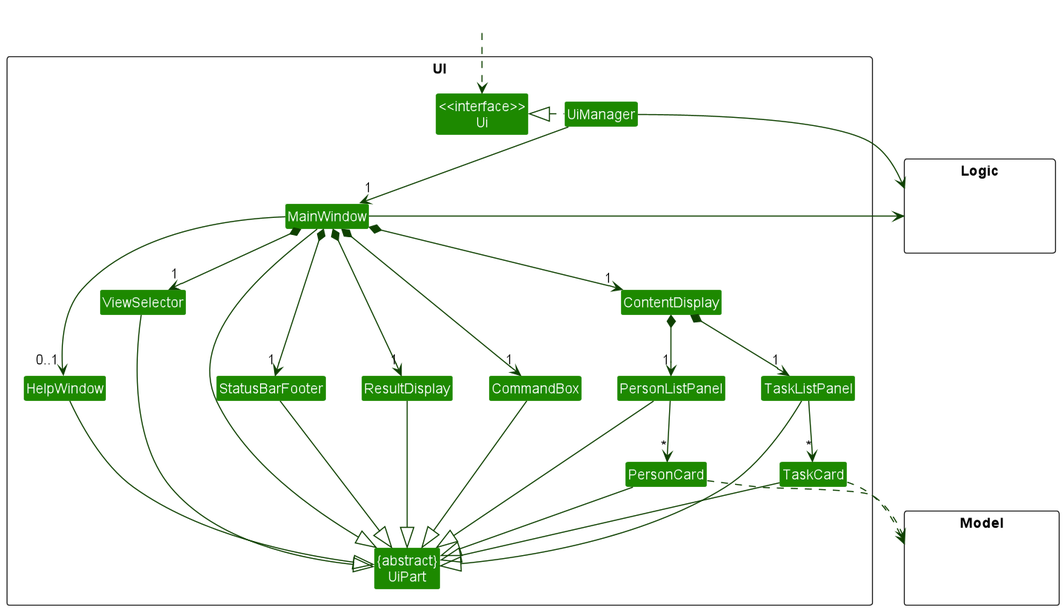
yeojunjie/tp keeps this PlantUML diagram as docs/images/UiClassDiagram.png. Above is the earlier version. Source of this version:
```plantuml
@startuml
scale 1.35
!include style.puml
skinparam arrowThickness 1.1
skinparam arrowColor UI_COLOR_T4
skinparam classBackgroundColor UI_COLOR

package UI <<Rectangle>>{
Class "<<interface>>\nUi" as Ui
Class "{abstract}\nUiPart" as UiPart
Class UiManager
Class MainWindow
Class HelpWindow
Class ResultDisplay
Class PersonListPanel
Class ContentDisplay
Class TaskListPanel
Class PersonCard
Class ViewSelector
Class TaskCard
Class StatusBarFooter
Class CommandBox
}

package Model <<Rectangle>> {
Class HiddenModel #FFFFFF
}

package Logic <<Rectangle>> {
Class HiddenLogic #FFFFFF
}

Class HiddenOutside #FFFFFF
HiddenOutside ..> Ui

UiManager .left.|> Ui
UiManager -down-> "1" MainWindow
MainWindow *-down->  "1" CommandBox
MainWindow *-down-> "1" ResultDisplay
MainWindow *-down-> "1" ViewSelector
MainWindow *-down-> "1" ContentDisplay
ContentDisplay *-down-> "1" PersonListPanel
ContentDisplay *-down-> "1" TaskListPanel
MainWindow *-down-> "1" StatusBarFooter
MainWindow --> "0..1" HelpWindow

PersonListPanel -down-> "*" PersonCard

TaskListPanel -down-> "*" TaskCard

MainWindow -left-|> UiPart

ResultDisplay --|> UiPart
CommandBox --|> UiPart
PersonListPanel --|> UiPart
TaskListPanel --|> UiPart
PersonCard --|> UiPart
TaskCard --|> UiPart
ViewSelector --|> UiPart
StatusBarFooter --|> UiPart
HelpWindow --|> UiPart

PersonCard ..> Model
TaskCard ..> Model
UiManager -right-> Logic
MainWindow -left-> Logic

PersonListPanel -[hidden]left- HelpWindow
HelpWindow -[hidden]left- CommandBox
CommandBox -[hidden]left- ResultDisplay
ResultDisplay -[hidden]left- StatusBarFooter

MainWindow -[hidden]-|> UiPart
@enduml
```
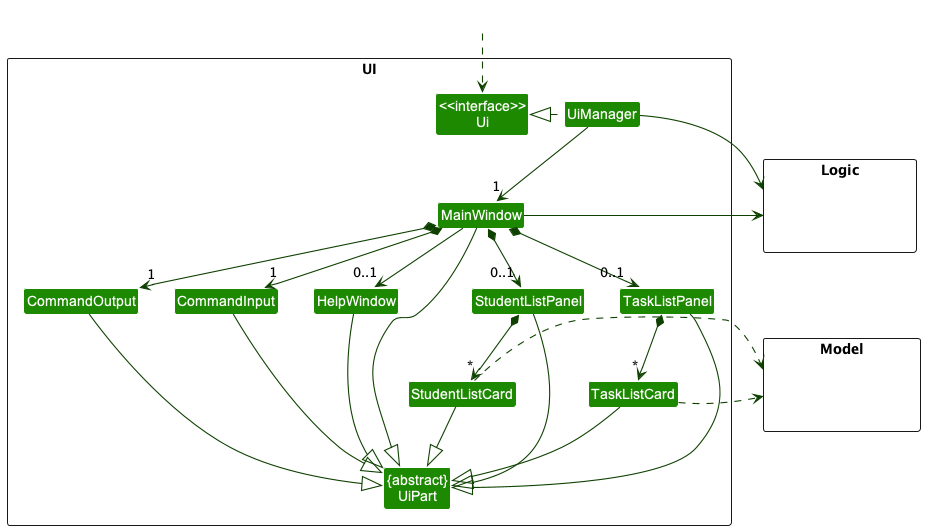
The same diagram one commit later.

What changed in the source:
```diff
@@ -1,5 +1,4 @@
 @startuml
-scale 1.35
 !include style.puml
 skinparam arrowThickness 1.1
 skinparam arrowColor UI_COLOR_T4
@@ -11,15 +10,12 @@
 Class UiManager
 Class MainWindow
 Class HelpWindow
-Class ResultDisplay
-Class PersonListPanel
-Class ContentDisplay
+Class CommandOutput
+Class CommandInput
+Class StudentListPanel
+Class StudentListCard
 Class TaskListPanel
-Class PersonCard
-Class ViewSelector
-Class TaskCard
-Class StatusBarFooter
-Class CommandBox
+Class TaskListCard
 }
 
 package Model <<Rectangle>> {
@@ -35,40 +31,29 @@
 
 UiManager .left.|> Ui
 UiManager -down-> "1" MainWindow
-MainWindow *-down->  "1" CommandBox
-MainWindow *-down-> "1" ResultDisplay
-MainWindow *-down-> "1" ViewSelector
-MainWindow *-down-> "1" ContentDisplay
-ContentDisplay *-down-> "1" PersonListPanel
-ContentDisplay *-down-> "1" TaskListPanel
-MainWindow *-down-> "1" StatusBarFooter
+MainWindow *-down-> "1" CommandOutput
+MainWindow *-down-> "1" CommandInput
+MainWindow *-down-> "0..1" StudentListPanel
+StudentListPanel *-down-> "*" StudentListCard
+MainWindow *-down-> "0..1" TaskListPanel
+TaskListPanel *-down-> "*" TaskListCard
 MainWindow --> "0..1" HelpWindow
 
-PersonListPanel -down-> "*" PersonCard
+MainWindow --|> UiPart
+CommandInput --|> UiPart
+CommandOutput --|> UiPart
+HelpWindow --|> UiPart
+StudentListPanel --|> UiPart
+StudentListCard --|> UiPart
+TaskListPanel --|> UiPart
+TaskListCard --|> UiPart
 
-TaskListPanel -down-> "*" TaskCard
-
-MainWindow -left-|> UiPart
-
-ResultDisplay --|> UiPart
-CommandBox --|> UiPart
-PersonListPanel --|> UiPart
-TaskListPanel --|> UiPart
-PersonCard --|> UiPart
-TaskCard --|> UiPart
-ViewSelector --|> UiPart
-StatusBarFooter --|> UiPart
-HelpWindow --|> UiPart
-
-PersonCard ..> Model
-TaskCard ..> Model
+StudentListCard .right.> Model
+TaskListCard .right.> Model
 UiManager -right-> Logic
 MainWindow -left-> Logic
 
-PersonListPanel -[hidden]left- HelpWindow
-HelpWindow -[hidden]left- CommandBox
-CommandBox -[hidden]left- ResultDisplay
-ResultDisplay -[hidden]left- StatusBarFooter
+CommandInput -[hidden]left- CommandOutput
+HelpWindow -[hidden]left- CommandOutput
 
-MainWindow -[hidden]-|> UiPart
 @enduml
```
